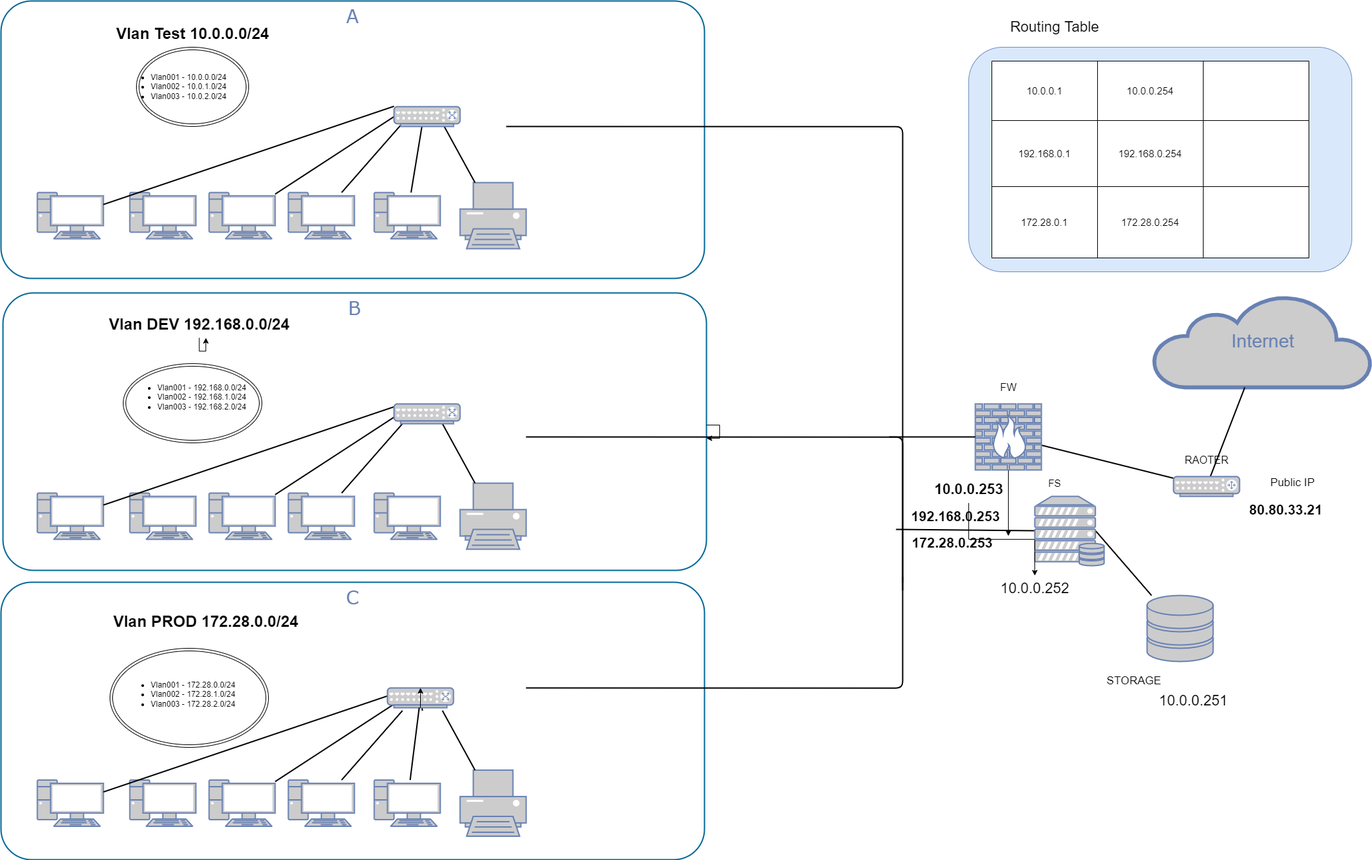
Earlier version of the draw.io export Network.drawio.png (inewthinker/DEVOPS). Source tidied: cells renumbered, new cells last; positions are measured from the earlier drawing's top-left corner, leaving out a move shared by most shapes.
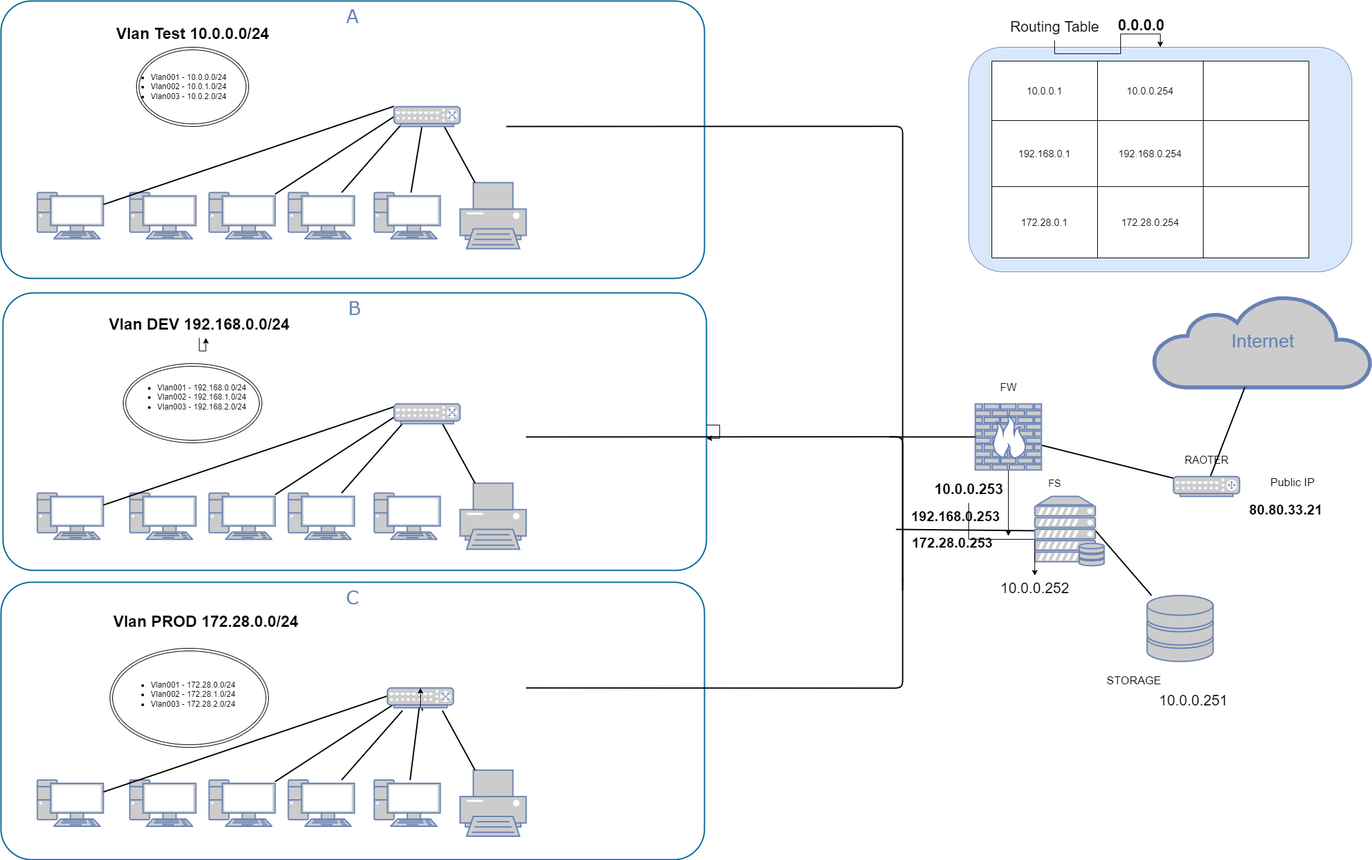
The same file after the commit.

Diff of the diagram source:
```diff
@@ -317,6 +317,9 @@
     <mxCell id="88" style="shape=partialRectangle;html=1;whiteSpace=wrap;overflow=hidden;fillColor=none;top=0;left=0;bottom=0;right=0;fontSize=15;" parent="85" vertex="1">
       <mxGeometry x="320" width="160" height="108" as="geometry" />
     </mxCell>
+    <mxCell id="96" style="edgeStyle=orthogonalEdgeStyle;rounded=0;jettySize=auto;html=1;fontSize=21;" parent="1" edge="1" source="89" target="75">
+      <mxGeometry relative="1" as="geometry" />
+    </mxCell>
     <mxCell id="89" value="&lt;font style=&quot;font-size: 22px;&quot;&gt;Routing Table&lt;/font&gt;" style="text;html=1;align=center;verticalAlign=middle;points=[];strokeColor=none;fillColor=none;fontSize=15;" parent="1" vertex="1">
       <mxGeometry x="1515" y="20" width="160" height="40" as="geometry" />
     </mxCell>
@@ -338,5 +341,8 @@
     <mxCell id="95" value="&lt;b&gt;172.28.0.253&lt;/b&gt;" style="text;html=1;align=center;verticalAlign=middle;strokeColor=none;fillColor=none;fontSize=21;" parent="1" vertex="1">
       <mxGeometry x="1365" y="800" width="150" height="40" as="geometry" />
     </mxCell>
+    <mxCell id="97" value="&lt;font style=&quot;font-size: 23px;&quot;&gt;&lt;b&gt;0.0.0.0&lt;/b&gt;&lt;/font&gt;" style="text;html=1;align=center;verticalAlign=middle;strokeColor=none;fillColor=none;fontSize=21;" parent="1" vertex="1">
+      <mxGeometry x="1681" y="17" width="90" height="40" as="geometry" />
+    </mxCell>
   </root>
 </mxGraphModel>
```
